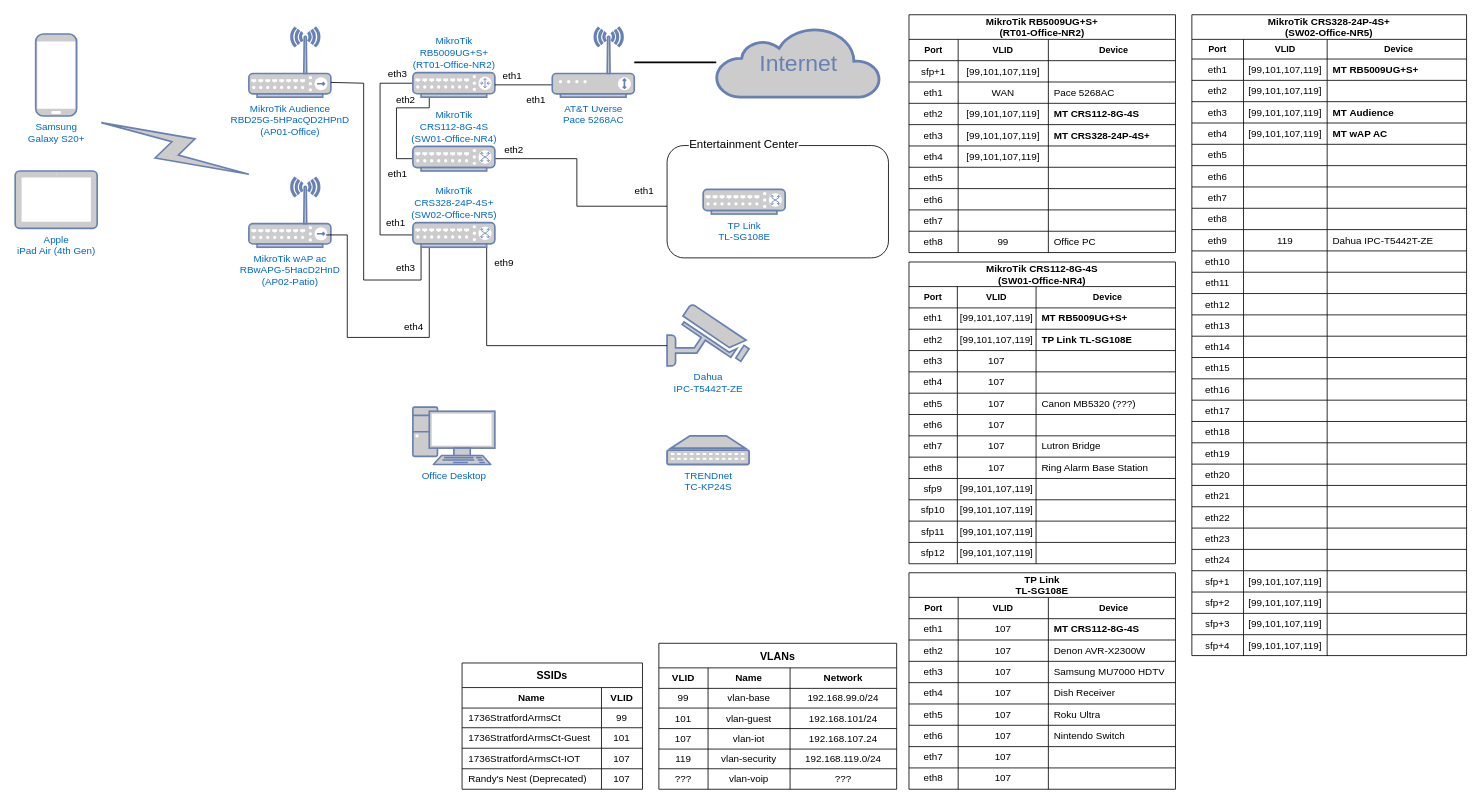
The draw.io diagram smart-home/homelab.drawio in simsrw73/documents, before the edit. Source tidied: cells renumbered, new cells numbered last; positions are measured from the earlier drawing's top-left corner, leaving out a move shared by most shapes. Both pictures are drawn from the tidied source at 82%, with x=0, y=0 at pixel (15, 14).
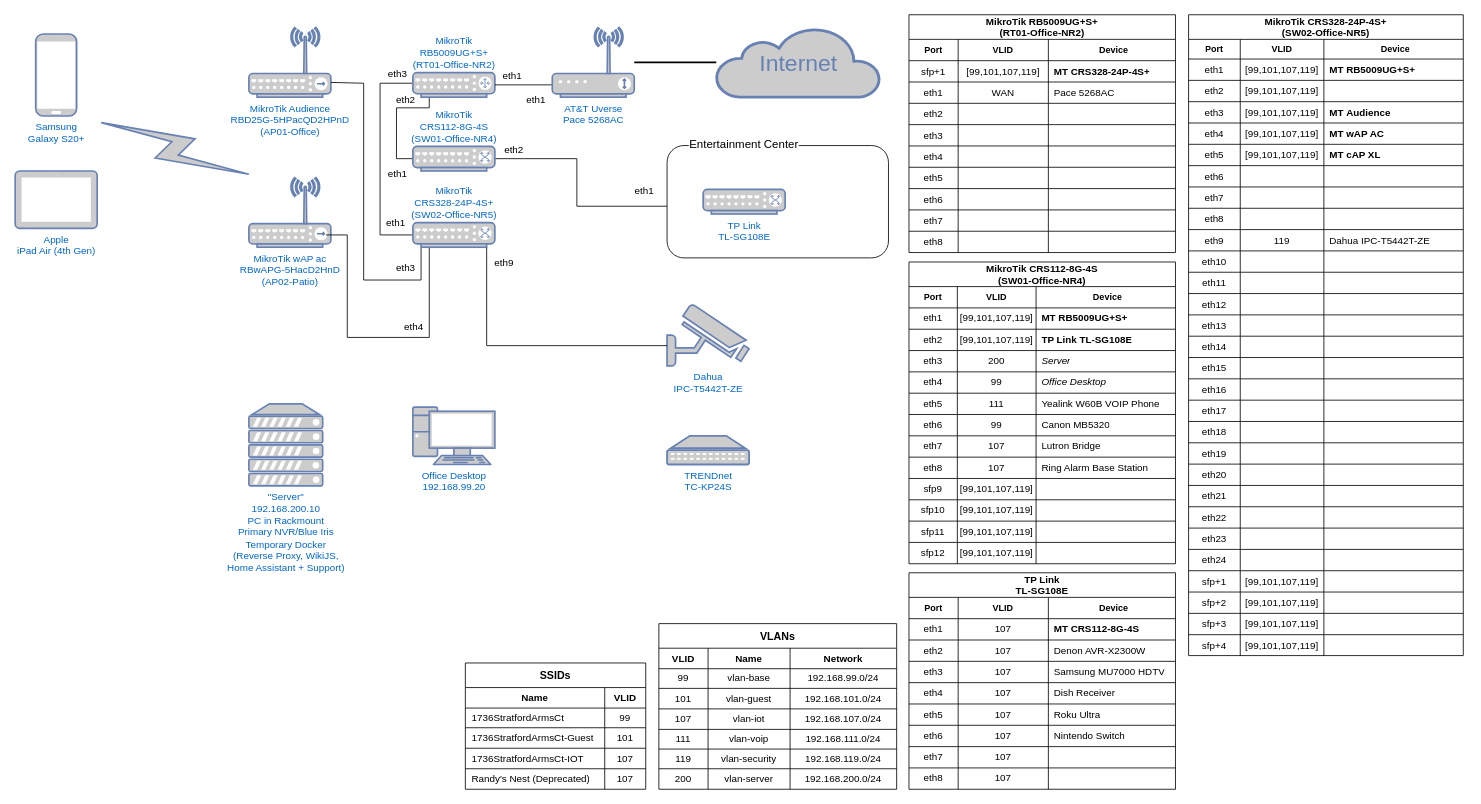
The same page after the edit.

Commit message:
Update Network Diagram

Unchanged cells that the change refers to:
```xml
<mxCell id="36" style="shape=partialRectangle;fillColor=none;top=0;left=0;bottom=0;right=0;" parent="27" vertex="1">
  <mxGeometry y="79" width="290" height="25" as="geometry" />
</mxCell>
<mxCell id="40" style="shape=partialRectangle;fillColor=none;top=0;left=0;bottom=0;right=0;" parent="27" vertex="1">
  <mxGeometry y="104" width="290" height="25" as="geometry" />
</mxCell>
<mxCell id="64" style="shape=partialRectangle;fillColor=none;top=0;left=0;bottom=0;right=0;" parent="59" vertex="1">
  <mxGeometry y="56" width="325" height="26" as="geometry" />
</mxCell>
<mxCell id="72" style="shape=partialRectangle;fillColor=none;top=0;left=0;bottom=0;right=0;" parent="59" vertex="1">
  <mxGeometry y="108" width="325" height="26" as="geometry" />
</mxCell>
<mxCell id="76" style="shape=partialRectangle;fillColor=none;top=0;left=0;bottom=0;right=0;" parent="59" vertex="1">
  <mxGeometry y="134" width="325" height="26" as="geometry" />
</mxCell>
<mxCell id="80" style="shape=partialRectangle;fillColor=none;top=0;left=0;bottom=0;right=0;" parent="59" vertex="1">
  <mxGeometry y="160" width="325" height="26" as="geometry" />
</mxCell>
<mxCell id="96" style="shape=partialRectangle;fillColor=none;top=0;left=0;bottom=0;right=0;" parent="59" vertex="1">
  <mxGeometry y="264" width="325" height="26" as="geometry" />
</mxCell>
<mxCell id="113" style="shape=partialRectangle;fillColor=none;top=0;left=0;bottom=0;right=0;" parent="100" vertex="1">
  <mxGeometry y="108" width="325" height="26" as="geometry" />
</mxCell>
<mxCell id="117" style="shape=partialRectangle;fillColor=none;top=0;left=0;bottom=0;right=0;" parent="100" vertex="1">
  <mxGeometry y="134" width="325" height="26" as="geometry" />
</mxCell>
<mxCell id="121" style="shape=partialRectangle;fillColor=none;top=0;left=0;bottom=0;right=0;" parent="100" vertex="1">
  <mxGeometry y="160" width="325" height="26" as="geometry" />
</mxCell>
<mxCell id="125" style="shape=partialRectangle;fillColor=none;top=0;left=0;bottom=0;right=0;" parent="100" vertex="1">
  <mxGeometry y="186" width="325" height="26" as="geometry" />
</mxCell>
<mxCell id="211" style="shape=partialRectangle;fillColor=none;top=0;left=0;bottom=0;right=0;" parent="190" vertex="1">
  <mxGeometry y="158" width="335" height="26" as="geometry" />
</mxCell>
```

The edit, as a diff of the source:
```diff
@@
-    <mxCell id="9" value="Office Desktop" style="fontColor=#0066CC;verticalAlign=top;verticalLabelPosition=bottom;labelPosition=center;align=center;html=1;fillColor=#CCCCCC;strokeColor=#6881B3;gradientColor=none;gradientDirection=north;strokeWidth=2;shape=mxgraph.networks.pc;rounded=0;shadow=0;comic=0;" parent="1" vertex="1">
+    <mxCell id="9" value="Office Desktop&lt;br&gt;192.168.99.20" style="fontColor=#0066CC;verticalAlign=top;verticalLabelPosition=bottom;labelPosition=center;align=center;html=1;fillColor=#CCCCCC;strokeColor=#6881B3;gradientColor=none;gradientDirection=north;strokeWidth=2;shape=mxgraph.networks.pc;rounded=0;shadow=0;comic=0;" parent="1" vertex="1">
       <mxGeometry x="485" y="479" width="100" height="70" as="geometry" />
     </mxCell>
@@
     <mxCell id="27" value="VLANs" style="shape=table;startSize=30;childLayout=tableLayout;fontStyle=1;fontSize=13;" parent="1" vertex="1">
-      <mxGeometry x="785" y="767" width="290" height="178" as="geometry" />
+      <mxGeometry x="785" y="743" width="290" height="202" as="geometry" />
     </mxCell>
@@
-    <mxCell id="39" value="192.168.101/24" style="shape=partialRectangle;html=1;whiteSpace=wrap;overflow=hidden;fillColor=none;top=0;left=0;bottom=0;right=0;align=center;spacingLeft=0;" parent="36" vertex="1">
+    <mxCell id="39" value="192.168.101.0/24" style="shape=partialRectangle;html=1;whiteSpace=wrap;overflow=hidden;fillColor=none;top=0;left=0;bottom=0;right=0;align=center;spacingLeft=0;" parent="36" vertex="1">
       <mxGeometry x="160" width="130" height="25" as="geometry" />
     </mxCell>
@@
-    <mxCell id="43" value="192.168.107.24" style="shape=partialRectangle;html=1;whiteSpace=wrap;overflow=hidden;fillColor=none;top=0;left=0;bottom=0;right=0;align=center;spacingLeft=0;" parent="40" vertex="1">
+    <mxCell id="43" value="192.168.107.0/24" style="shape=partialRectangle;html=1;whiteSpace=wrap;overflow=hidden;fillColor=none;top=0;left=0;bottom=0;right=0;align=center;spacingLeft=0;" parent="40" vertex="1">
       <mxGeometry x="160" width="130" height="25" as="geometry" />
     </mxCell>
+    <mxCell id="327" style="shape=partialRectangle;fillColor=none;top=0;left=0;bottom=0;right=0;" parent="27" vertex="1">
+      <mxGeometry y="129" width="290" height="24" as="geometry" />
+    </mxCell>
+    <mxCell id="328" value="111" style="shape=partialRectangle;html=1;whiteSpace=wrap;overflow=hidden;fillColor=none;top=0;left=0;bottom=0;right=0;" parent="327" vertex="1">
+      <mxGeometry width="60" height="24" as="geometry" />
+    </mxCell>
+    <mxCell id="329" value="&lt;span&gt;vlan-voip&lt;/span&gt;" style="shape=partialRectangle;html=1;whiteSpace=wrap;overflow=hidden;fillColor=none;top=0;left=0;bottom=0;right=0;align=center;spacingLeft=0;" parent="327" vertex="1">
+      <mxGeometry x="60" width="100" height="24" as="geometry" />
+    </mxCell>
+    <mxCell id="330" value="192.168.111.0/24" style="shape=partialRectangle;html=1;whiteSpace=wrap;overflow=hidden;fillColor=none;top=0;left=0;bottom=0;right=0;align=center;spacingLeft=0;" parent="327" vertex="1">
+      <mxGeometry x="160" width="130" height="24" as="geometry" />
+    </mxCell>
     <mxCell id="44" style="shape=partialRectangle;fillColor=none;top=0;left=0;bottom=0;right=0;" parent="27" vertex="1">
-      <mxGeometry y="129" width="290" height="24" as="geometry" />
+      <mxGeometry y="153" width="290" height="24" as="geometry" />
     </mxCell>
@@
     <mxCell id="48" style="shape=partialRectangle;fillColor=none;top=0;left=0;bottom=0;right=0;" parent="27" vertex="1">
-      <mxGeometry y="153" width="290" height="25" as="geometry" />
+      <mxGeometry y="177" width="290" height="25" as="geometry" />
     </mxCell>
-    <mxCell id="49" value="???" style="shape=partialRectangle;html=1;whiteSpace=wrap;overflow=hidden;fillColor=none;top=0;left=0;bottom=0;right=0;" parent="48" vertex="1">
+    <mxCell id="49" value="200" style="shape=partialRectangle;html=1;whiteSpace=wrap;overflow=hidden;fillColor=none;top=0;left=0;bottom=0;right=0;" parent="48" vertex="1">
       <mxGeometry width="60" height="25" as="geometry" />
     </mxCell>
-    <mxCell id="50" value="vlan-voip" style="shape=partialRectangle;html=1;whiteSpace=wrap;overflow=hidden;fillColor=none;top=0;left=0;bottom=0;right=0;align=center;spacingLeft=0;" parent="48" vertex="1">
+    <mxCell id="50" value="vlan-server" style="shape=partialRectangle;html=1;whiteSpace=wrap;overflow=hidden;fillColor=none;top=0;left=0;bottom=0;right=0;align=center;spacingLeft=0;" parent="48" vertex="1">
       <mxGeometry x="60" width="100" height="25" as="geometry" />
     </mxCell>
-    <mxCell id="51" value="???" style="shape=partialRectangle;html=1;whiteSpace=wrap;overflow=hidden;fillColor=none;top=0;left=0;bottom=0;right=0;align=center;spacingLeft=0;" parent="48" vertex="1">
+    <mxCell id="51" value="192.168.200.0/24" style="shape=partialRectangle;html=1;whiteSpace=wrap;overflow=hidden;fillColor=none;top=0;left=0;bottom=0;right=0;align=center;spacingLeft=0;" parent="48" vertex="1">
       <mxGeometry x="160" width="130" height="25" as="geometry" />
     </mxCell>
@@
-    <mxCell id="67" style="shape=partialRectangle;html=1;whiteSpace=wrap;overflow=hidden;fillColor=none;top=0;left=0;bottom=0;right=0;align=left;spacingLeft=5;" parent="64" vertex="1">
+    <mxCell id="67" value="&lt;b&gt;MT&amp;nbsp;CRS328-24P-4S+&lt;/b&gt;" style="shape=partialRectangle;html=1;whiteSpace=wrap;overflow=hidden;fillColor=none;top=0;left=0;bottom=0;right=0;align=left;spacingLeft=5;" parent="64" vertex="1">
       <mxGeometry x="170" width="155" height="26" as="geometry" />
     </mxCell>
@@
-    <mxCell id="74" value="[99,101,107,119]" style="shape=partialRectangle;html=1;whiteSpace=wrap;overflow=hidden;fillColor=none;top=0;left=0;bottom=0;right=0;align=center;spacingLeft=0;" parent="72" vertex="1">
+    <mxCell id="74" style="shape=partialRectangle;html=1;whiteSpace=wrap;overflow=hidden;fillColor=none;top=0;left=0;bottom=0;right=0;align=center;spacingLeft=0;" parent="72" vertex="1">
       <mxGeometry x="60" width="110" height="26" as="geometry" />
     </mxCell>
-    <mxCell id="75" value="&lt;div&gt;&lt;b&gt;MT&amp;nbsp;&lt;span&gt;CRS112-8G-4S&lt;/span&gt;&lt;/b&gt;&lt;/div&gt;" style="shape=partialRectangle;html=1;whiteSpace=wrap;overflow=hidden;fillColor=none;top=0;left=0;bottom=0;right=0;align=left;spacingLeft=5;" parent="72" vertex="1">
+    <mxCell id="75" style="shape=partialRectangle;html=1;whiteSpace=wrap;overflow=hidden;fillColor=none;top=0;left=0;bottom=0;right=0;align=left;spacingLeft=5;" parent="72" vertex="1">
       <mxGeometry x="170" width="155" height="26" as="geometry" />
     </mxCell>
@@
-    <mxCell id="78" value="[99,101,107,119]" style="shape=partialRectangle;html=1;whiteSpace=wrap;overflow=hidden;fillColor=none;top=0;left=0;bottom=0;right=0;align=center;spacingLeft=0;" parent="76" vertex="1">
+    <mxCell id="78" style="shape=partialRectangle;html=1;whiteSpace=wrap;overflow=hidden;fillColor=none;top=0;left=0;bottom=0;right=0;align=center;spacingLeft=0;" parent="76" vertex="1">
       <mxGeometry x="60" width="110" height="26" as="geometry" />
     </mxCell>
-    <mxCell id="79" value="&lt;div&gt;&lt;b&gt;MT&amp;nbsp;&lt;span&gt;CRS328-24P-4S+&lt;/span&gt;&lt;/b&gt;&lt;/div&gt;" style="shape=partialRectangle;html=1;whiteSpace=wrap;overflow=hidden;fillColor=none;top=0;left=0;bottom=0;right=0;align=left;spacingLeft=5;" parent="76" vertex="1">
+    <mxCell id="79" style="shape=partialRectangle;html=1;whiteSpace=wrap;overflow=hidden;fillColor=none;top=0;left=0;bottom=0;right=0;align=left;spacingLeft=5;" parent="76" vertex="1">
       <mxGeometry x="170" width="155" height="26" as="geometry" />
     </mxCell>
@@
-    <mxCell id="82" value="[99,101,107,119]" style="shape=partialRectangle;html=1;whiteSpace=wrap;overflow=hidden;fillColor=none;top=0;left=0;bottom=0;right=0;align=center;spacingLeft=0;" parent="80" vertex="1">
+    <mxCell id="82" style="shape=partialRectangle;html=1;whiteSpace=wrap;overflow=hidden;fillColor=none;top=0;left=0;bottom=0;right=0;align=center;spacingLeft=0;" parent="80" vertex="1">
       <mxGeometry x="60" width="110" height="26" as="geometry" />
     </mxCell>
@@
-    <mxCell id="98" value="99" style="shape=partialRectangle;html=1;whiteSpace=wrap;overflow=hidden;fillColor=none;top=0;left=0;bottom=0;right=0;align=center;spacingLeft=0;" parent="96" vertex="1">
+    <mxCell id="98" style="shape=partialRectangle;html=1;whiteSpace=wrap;overflow=hidden;fillColor=none;top=0;left=0;bottom=0;right=0;align=center;spacingLeft=0;" parent="96" vertex="1">
       <mxGeometry x="60" width="110" height="26" as="geometry" />
     </mxCell>
-    <mxCell id="99" value="Office PC" style="shape=partialRectangle;html=1;whiteSpace=wrap;overflow=hidden;fillColor=none;top=0;left=0;bottom=0;right=0;align=left;spacingLeft=5;" parent="96" vertex="1">
+    <mxCell id="99" style="shape=partialRectangle;html=1;whiteSpace=wrap;overflow=hidden;fillColor=none;top=0;left=0;bottom=0;right=0;align=left;spacingLeft=5;" parent="96" vertex="1">
       <mxGeometry x="170" width="155" height="26" as="geometry" />
     </mxCell>
@@
-    <mxCell id="115" value="107" style="shape=partialRectangle;html=1;whiteSpace=wrap;overflow=hidden;fillColor=none;top=0;left=0;bottom=0;right=0;align=center;spacingLeft=0;" parent="113" vertex="1">
+    <mxCell id="115" value="200" style="shape=partialRectangle;html=1;whiteSpace=wrap;overflow=hidden;fillColor=none;top=0;left=0;bottom=0;right=0;align=center;spacingLeft=0;" parent="113" vertex="1">
       <mxGeometry x="59" width="96" height="26" as="geometry" />
     </mxCell>
-    <mxCell id="116" style="shape=partialRectangle;html=1;whiteSpace=wrap;overflow=hidden;fillColor=none;top=0;left=0;bottom=0;right=0;align=left;spacingLeft=5;" parent="113" vertex="1">
+    <mxCell id="116" value="Server" style="shape=partialRectangle;html=1;whiteSpace=wrap;overflow=hidden;fillColor=none;top=0;left=0;bottom=0;right=0;align=left;spacingLeft=5;fontStyle=2;" parent="113" vertex="1">
       <mxGeometry x="155" width="170" height="26" as="geometry" />
     </mxCell>
@@
-    <mxCell id="119" value="107" style="shape=partialRectangle;html=1;whiteSpace=wrap;overflow=hidden;fillColor=none;top=0;left=0;bottom=0;right=0;align=center;spacingLeft=0;" parent="117" vertex="1">
+    <mxCell id="119" value="99" style="shape=partialRectangle;html=1;whiteSpace=wrap;overflow=hidden;fillColor=none;top=0;left=0;bottom=0;right=0;align=center;spacingLeft=0;" parent="117" vertex="1">
       <mxGeometry x="59" width="96" height="26" as="geometry" />
     </mxCell>
-    <mxCell id="120" style="shape=partialRectangle;html=1;whiteSpace=wrap;overflow=hidden;fillColor=none;top=0;left=0;bottom=0;right=0;align=left;spacingLeft=5;" parent="117" vertex="1">
+    <mxCell id="120" value="Office Desktop" style="shape=partialRectangle;html=1;whiteSpace=wrap;overflow=hidden;fillColor=none;top=0;left=0;bottom=0;right=0;align=left;spacingLeft=5;fontStyle=2;" parent="117" vertex="1">
       <mxGeometry x="155" width="170" height="26" as="geometry" />
     </mxCell>
@@
-    <mxCell id="123" value="107" style="shape=partialRectangle;html=1;whiteSpace=wrap;overflow=hidden;fillColor=none;top=0;left=0;bottom=0;right=0;align=center;spacingLeft=0;" parent="121" vertex="1">
+    <mxCell id="123" value="111" style="shape=partialRectangle;html=1;whiteSpace=wrap;overflow=hidden;fillColor=none;top=0;left=0;bottom=0;right=0;align=center;spacingLeft=0;" parent="121" vertex="1">
       <mxGeometry x="59" width="96" height="26" as="geometry" />
     </mxCell>
-    <mxCell id="124" value="Canon MB5320 (???)" style="shape=partialRectangle;html=1;whiteSpace=wrap;overflow=hidden;fillColor=none;top=0;left=0;bottom=0;right=0;align=left;spacingLeft=5;" parent="121" vertex="1">
+    <mxCell id="124" value="Yealink W60B VOIP Phone" style="shape=partialRectangle;html=1;whiteSpace=wrap;overflow=hidden;fillColor=none;top=0;left=0;bottom=0;right=0;align=left;spacingLeft=5;" parent="121" vertex="1">
       <mxGeometry x="155" width="170" height="26" as="geometry" />
     </mxCell>
@@
-    <mxCell id="127" value="107" style="shape=partialRectangle;html=1;whiteSpace=wrap;overflow=hidden;fillColor=none;top=0;left=0;bottom=0;right=0;align=center;spacingLeft=0;" parent="125" vertex="1">
+    <mxCell id="127" value="99" style="shape=partialRectangle;html=1;whiteSpace=wrap;overflow=hidden;fillColor=none;top=0;left=0;bottom=0;right=0;align=center;spacingLeft=0;" parent="125" vertex="1">
       <mxGeometry x="59" width="96" height="26" as="geometry" />
     </mxCell>
-    <mxCell id="128" style="shape=partialRectangle;html=1;whiteSpace=wrap;overflow=hidden;fillColor=none;top=0;left=0;bottom=0;right=0;align=left;spacingLeft=5;" parent="125" vertex="1">
+    <mxCell id="128" value="&lt;span&gt;Canon MB5320&lt;/span&gt;" style="shape=partialRectangle;html=1;whiteSpace=wrap;overflow=hidden;fillColor=none;top=0;left=0;bottom=0;right=0;align=left;spacingLeft=5;" parent="125" vertex="1">
       <mxGeometry x="155" width="170" height="26" as="geometry" />
     </mxCell>
@@
     <mxCell id="190" value="MikroTik CRS328-24P-4S+&#10;(SW02-Office-NR5)" style="shape=table;startSize=30;childLayout=tableLayout;fontStyle=1;spacingTop=0;spacingBottom=0;" parent="1" vertex="1">
-      <mxGeometry x="1435" y="0.5" width="335" height="781.5" as="geometry" />
+      <mxGeometry x="1431" y="0.5" width="335" height="781.5" as="geometry" />
     </mxCell>
@@
-    <mxCell id="213" style="shape=partialRectangle;html=1;whiteSpace=wrap;overflow=hidden;fillColor=none;top=0;left=0;bottom=0;right=0;align=center;spacingLeft=0;" parent="211" vertex="1">
+    <mxCell id="213" value="&lt;span&gt;[99,101,107,119]&lt;/span&gt;" style="shape=partialRectangle;html=1;whiteSpace=wrap;overflow=hidden;fillColor=none;top=0;left=0;bottom=0;right=0;align=center;spacingLeft=0;" parent="211" vertex="1">
       <mxGeometry x="63" width="102" height="26" as="geometry" />
     </mxCell>
-    <mxCell id="214" style="shape=partialRectangle;html=1;whiteSpace=wrap;overflow=hidden;fillColor=none;top=0;left=0;bottom=0;right=0;align=left;spacingLeft=5;" parent="211" vertex="1">
+    <mxCell id="214" value="MT cAP XL" style="shape=partialRectangle;html=1;whiteSpace=wrap;overflow=hidden;fillColor=none;top=0;left=0;bottom=0;right=0;align=left;spacingLeft=5;fontStyle=1;" parent="211" vertex="1">
       <mxGeometry x="165" width="170" height="26" as="geometry" />
     </mxCell>
@@
     <mxCell id="311" value="SSIDs" style="shape=table;startSize=30;childLayout=tableLayout;fontStyle=1;fontSize=13;" parent="1" vertex="1">
-      <mxGeometry x="545" y="791" width="220" height="154" as="geometry" />
+      <mxGeometry x="549" y="791" width="220" height="154" as="geometry" />
     </mxCell>
@@
+    <mxCell id="331" value="&quot;Server&quot;&lt;br&gt;192.168.200.10&lt;br&gt;PC in Rackmount&lt;br&gt;Primary NVR/Blue Iris&lt;br&gt;Temporary Docker&lt;br&gt;(Reverse Proxy, WikiJS,&lt;br&gt;Home Assistant + Support)" style="fontColor=#0066CC;verticalAlign=top;verticalLabelPosition=bottom;labelPosition=center;align=center;html=1;fillColor=#CCCCCC;strokeColor=#6881B3;gradientColor=none;gradientDirection=north;strokeWidth=2;shape=mxgraph.networks.server;" parent="1" vertex="1">
+      <mxGeometry x="285" y="475" width="90" height="100" as="geometry" />
+    </mxCell>
```
